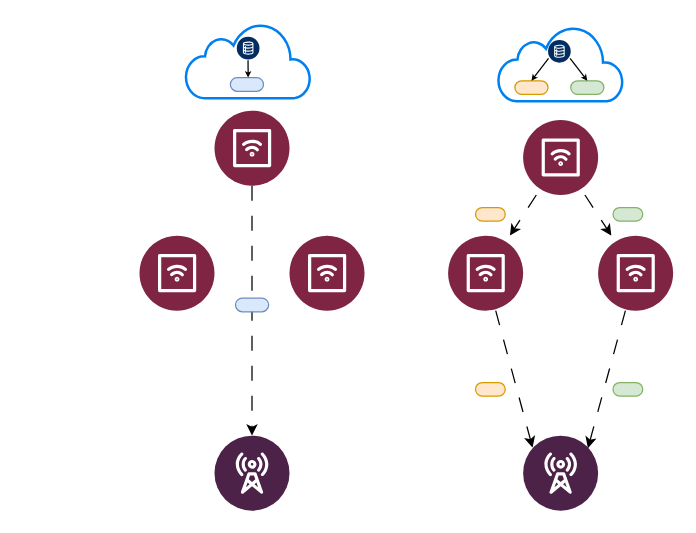
Above: dispatch.drawio in Atlanties/iodraw-files (draw.io), before the change. Source tidied: cells renumbered, new cells numbered last; positions are measured from the earlier drawing's top-left corner, leaving out a move shared by most shapes. Both pictures are drawn from the tidied source at 125%, with x=0, y=0 at pixel (139, 22).
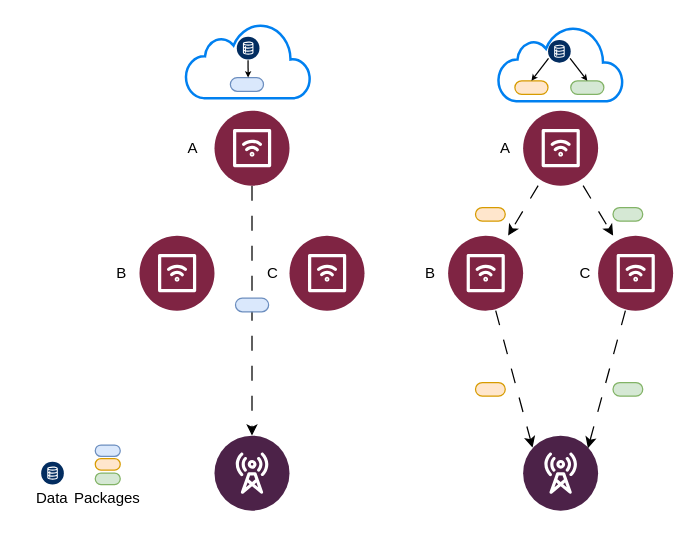
After the change.

What changed in the source:
```diff
@@
     <mxCell id="6" style="verticalLabelPosition=bottom;html=1;shape=mxgraph.salesforce.iot2;" parent="1" vertex="1">
-      <mxGeometry x="307" y="77.5" width="60" height="60" as="geometry" />
+      <mxGeometry x="307" y="70" width="60" height="60" as="geometry" />
     </mxCell>
@@
+    <mxCell id="32" value="A" style="text;html=1;align=center;verticalAlign=middle;whiteSpace=wrap;rounded=0;" parent="1" vertex="1">
+      <mxGeometry x="13" y="85" width="60" height="30" as="geometry" />
+    </mxCell>
+    <mxCell id="33" value="Data" style="text;html=1;align=center;verticalAlign=middle;whiteSpace=wrap;rounded=0;" parent="1" vertex="1">
+      <mxGeometry x="-94.9" y="370" width="50.9" height="20" as="geometry" />
+    </mxCell>
+    <mxCell id="34" value="C" style="text;html=1;align=center;verticalAlign=middle;whiteSpace=wrap;rounded=0;" parent="1" vertex="1">
+      <mxGeometry x="77" y="185" width="60" height="30" as="geometry" />
+    </mxCell>
+    <mxCell id="35" value="A" style="text;html=1;align=center;verticalAlign=middle;whiteSpace=wrap;rounded=0;" parent="1" vertex="1">
+      <mxGeometry x="263" y="85" width="60" height="30" as="geometry" />
+    </mxCell>
+    <mxCell id="36" value="B" style="text;html=1;align=center;verticalAlign=middle;whiteSpace=wrap;rounded=0;" parent="1" vertex="1">
+      <mxGeometry x="203" y="185" width="60" height="30" as="geometry" />
+    </mxCell>
+    <mxCell id="37" value="C" style="text;html=1;align=center;verticalAlign=middle;whiteSpace=wrap;rounded=0;" parent="1" vertex="1">
+      <mxGeometry x="327" y="185" width="60" height="30" as="geometry" />
+    </mxCell>
+    <mxCell id="38" style="verticalLabelPosition=bottom;html=1;shape=mxgraph.salesforce.data2;" parent="1" vertex="1">
+      <mxGeometry x="-78.6" y="350.9" width="18.2" height="18.2" as="geometry" />
+    </mxCell>
+    <mxCell id="39" value="Packages" style="text;html=1;align=center;verticalAlign=middle;whiteSpace=wrap;rounded=0;" parent="1" vertex="1">
+      <mxGeometry x="-50.8" y="370" width="50.9" height="20" as="geometry" />
+    </mxCell>
+    <mxCell id="40" style="html=1;dashed=0;whiteSpace=wrap;shape=mxgraph.dfd.start;fillColor=#d5e8d4;strokeColor=#82b366;" parent="1" vertex="1">
+      <mxGeometry x="-35.3" y="360" width="20" height="9.1" as="geometry" />
+    </mxCell>
+    <mxCell id="41" style="html=1;dashed=0;whiteSpace=wrap;shape=mxgraph.dfd.start;fillColor=#ffe6cc;strokeColor=#d79b00;" parent="1" vertex="1">
+      <mxGeometry x="-35.3" y="348.4" width="20" height="9.1" as="geometry" />
+    </mxCell>
+    <mxCell id="42" style="html=1;dashed=0;whiteSpace=wrap;shape=mxgraph.dfd.start;fillColor=#dae8fc;strokeColor=#6c8ebf;" parent="1" vertex="1">
+      <mxGeometry x="-35.3" y="337.5" width="20" height="9.1" as="geometry" />
+    </mxCell>
+    <mxCell id="43" value="B" style="text;html=1;align=center;verticalAlign=middle;whiteSpace=wrap;rounded=0;" parent="1" vertex="1">
+      <mxGeometry x="-44" y="185" width="60" height="30" as="geometry" />
+    </mxCell>
```
